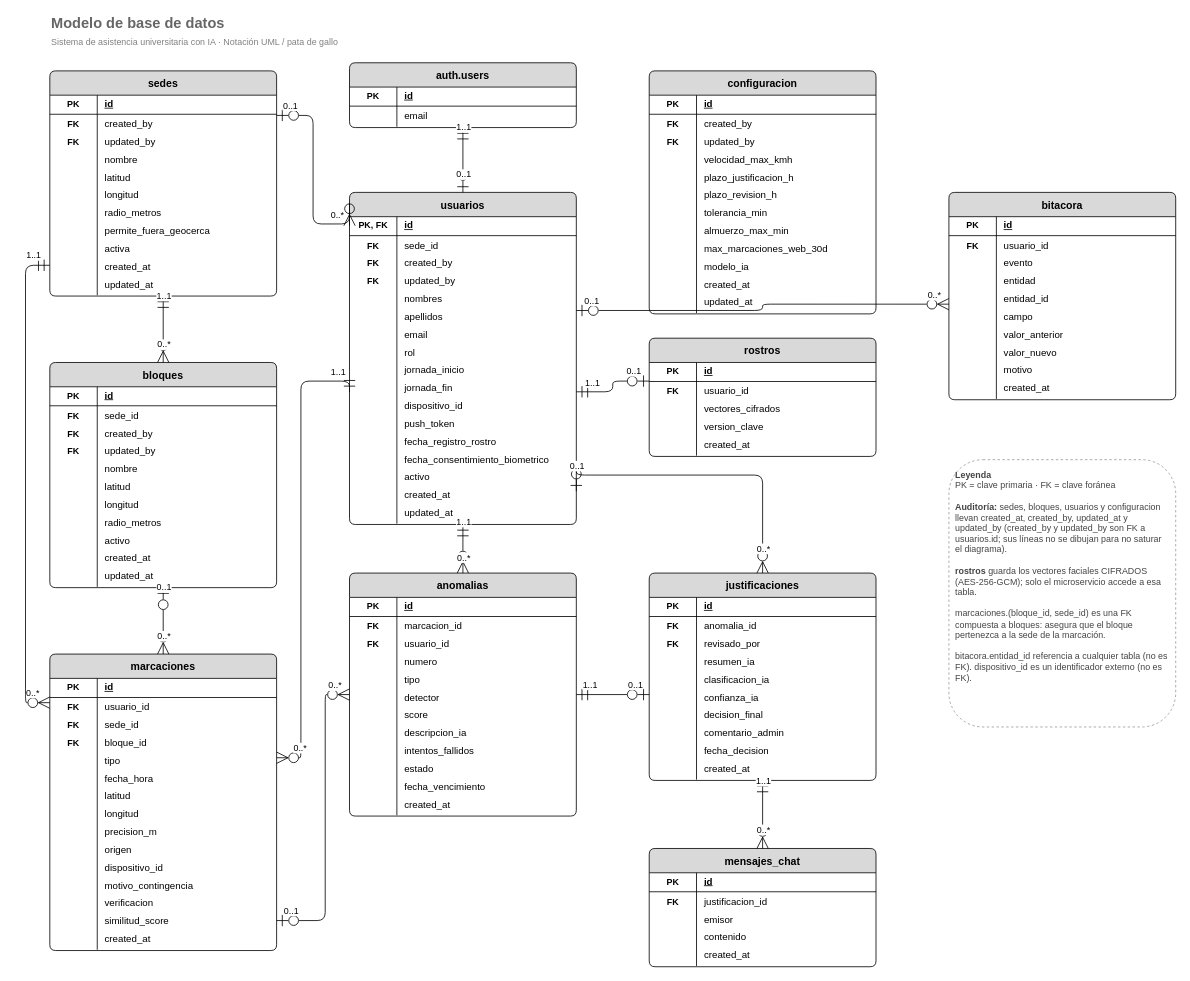
The draw.io diagram docs/modelo-datos.drawio in susisalan-maker/sistema-asistencia-unemi, before the edit. Source tidied: cells renumbered, new cells numbered last; positions are measured from the earlier drawing's top-left corner, leaving out a move shared by most shapes. Both pictures are drawn from the tidied source at 81%, with x=0, y=0 at pixel (25, 14).
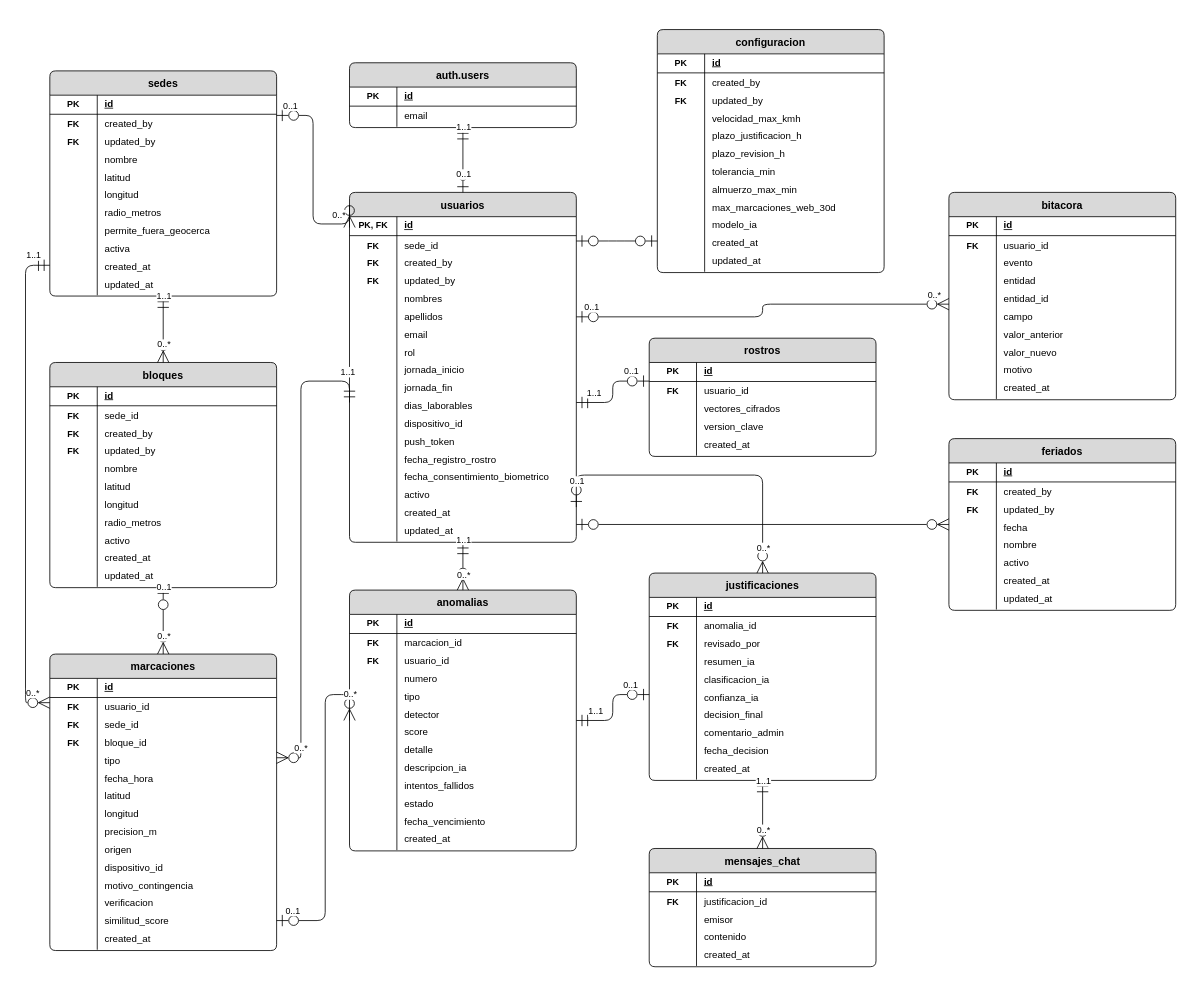
After the change.

Change to the diagram source:
```diff
@@
-    <mxCell id="2" value="&lt;b&gt;Modelo de base de datos&lt;/b&gt;&lt;br&gt;&lt;font style=&quot;font-size:11px&quot; color=&quot;#808080&quot;&gt;Sistema de asistencia universitaria con IA · Notación UML / pata de gallo&lt;/font&gt;" style="text;html=1;align=left;verticalAlign=middle;fontSize=18;fontColor=#666666;" parent="1" vertex="1">
-      <mxGeometry x="30" width="640" height="44" as="geometry" />
-    </mxCell>
@@
     <mxCell id="93" value="usuarios" style="swimlane;shape=swimlane;fontStyle=1;fontSize=13;startSize=30;horizontal=1;rounded=1;arcSize=8;fillColor=#D9D9D9;strokeColor=#000000;fontColor=#000000;swimlaneFillColor=#FFFFFF;" parent="1" vertex="1">
-      <mxGeometry x="400" y="220" width="280" height="410" as="geometry" />
+      <mxGeometry x="400" y="220" width="280" height="432" as="geometry" />
     </mxCell>
@@
+    <mxCell id="296" style="text;html=1;strokeColor=none;fillColor=none;align=center;verticalAlign=middle;fontSize=11;fontStyle=1;" parent="93" vertex="1">
+      <mxGeometry y="253" width="58" height="22" as="geometry" />
+    </mxCell>
+    <mxCell id="297" value="dias_laborables" style="text;html=1;strokeColor=none;fillColor=none;align=left;verticalAlign=middle;spacingLeft=8;fontSize=12;" parent="93" vertex="1">
+      <mxGeometry x="58" y="253" width="222" height="22" as="geometry" />
+    </mxCell>
     <mxCell id="115" style="text;html=1;strokeColor=none;fillColor=none;align=center;verticalAlign=middle;fontSize=11;fontStyle=1;" parent="93" vertex="1">
-      <mxGeometry y="253" width="58" height="22" as="geometry" />
+      <mxGeometry y="275" width="58" height="22" as="geometry" />
     </mxCell>
     <mxCell id="116" value="dispositivo_id" style="text;html=1;strokeColor=none;fillColor=none;align=left;verticalAlign=middle;spacingLeft=8;fontSize=12;" parent="93" vertex="1">
-      <mxGeometry x="58" y="253" width="222" height="22" as="geometry" />
+      <mxGeometry x="58" y="275" width="222" height="22" as="geometry" />
     </mxCell>
     <mxCell id="117" style="text;html=1;strokeColor=none;fillColor=none;align=center;verticalAlign=middle;fontSize=11;fontStyle=1;" parent="93" vertex="1">
-      <mxGeometry y="275" width="58" height="22" as="geometry" />
+      <mxGeometry y="297" width="58" height="22" as="geometry" />
     </mxCell>
     <mxCell id="118" value="push_token" style="text;html=1;strokeColor=none;fillColor=none;align=left;verticalAlign=middle;spacingLeft=8;fontSize=12;" parent="93" vertex="1">
-      <mxGeometry x="58" y="275" width="222" height="22" as="geometry" />
+      <mxGeometry x="58" y="297" width="222" height="22" as="geometry" />
     </mxCell>
     <mxCell id="119" style="text;html=1;strokeColor=none;fillColor=none;align=center;verticalAlign=middle;fontSize=11;fontStyle=1;" parent="93" vertex="1">
-      <mxGeometry y="297" width="58" height="22" as="geometry" />
+      <mxGeometry y="319" width="58" height="22" as="geometry" />
     </mxCell>
     <mxCell id="120" value="fecha_registro_rostro" style="text;html=1;strokeColor=none;fillColor=none;align=left;verticalAlign=middle;spacingLeft=8;fontSize=12;" parent="93" vertex="1">
-      <mxGeometry x="58" y="297" width="222" height="22" as="geometry" />
+      <mxGeometry x="58" y="319" width="222" height="22" as="geometry" />
     </mxCell>
     <mxCell id="121" style="text;html=1;strokeColor=none;fillColor=none;align=center;verticalAlign=middle;fontSize=11;fontStyle=1;" parent="93" vertex="1">
-      <mxGeometry y="319" width="58" height="22" as="geometry" />
+      <mxGeometry y="341" width="58" height="22" as="geometry" />
     </mxCell>
     <mxCell id="122" value="fecha_consentimiento_biometrico" style="text;html=1;strokeColor=none;fillColor=none;align=left;verticalAlign=middle;spacingLeft=8;fontSize=12;" parent="93" vertex="1">
-      <mxGeometry x="58" y="319" width="222" height="22" as="geometry" />
+      <mxGeometry x="58" y="341" width="222" height="22" as="geometry" />
     </mxCell>
     <mxCell id="123" style="text;html=1;strokeColor=none;fillColor=none;align=center;verticalAlign=middle;fontSize=11;fontStyle=1;" parent="93" vertex="1">
-      <mxGeometry y="341" width="58" height="22" as="geometry" />
+      <mxGeometry y="363" width="58" height="22" as="geometry" />
     </mxCell>
     <mxCell id="124" value="activo" style="text;html=1;strokeColor=none;fillColor=none;align=left;verticalAlign=middle;spacingLeft=8;fontSize=12;" parent="93" vertex="1">
-      <mxGeometry x="58" y="341" width="222" height="22" as="geometry" />
+      <mxGeometry x="58" y="363" width="222" height="22" as="geometry" />
     </mxCell>
     <mxCell id="125" style="text;html=1;strokeColor=none;fillColor=none;align=center;verticalAlign=middle;fontSize=11;fontStyle=1;" parent="93" vertex="1">
-      <mxGeometry y="363" width="58" height="22" as="geometry" />
+      <mxGeometry y="385" width="58" height="22" as="geometry" />
     </mxCell>
     <mxCell id="126" value="created_at" style="text;html=1;strokeColor=none;fillColor=none;align=left;verticalAlign=middle;spacingLeft=8;fontSize=12;" parent="93" vertex="1">
-      <mxGeometry x="58" y="363" width="222" height="22" as="geometry" />
+      <mxGeometry x="58" y="385" width="222" height="22" as="geometry" />
     </mxCell>
     <mxCell id="127" style="text;html=1;strokeColor=none;fillColor=none;align=center;verticalAlign=middle;fontSize=11;fontStyle=1;" parent="93" vertex="1">
-      <mxGeometry y="385" width="58" height="22" as="geometry" />
+      <mxGeometry y="407" width="58" height="22" as="geometry" />
     </mxCell>
     <mxCell id="128" value="updated_at" style="text;html=1;strokeColor=none;fillColor=none;align=left;verticalAlign=middle;spacingLeft=8;fontSize=12;" parent="93" vertex="1">
-      <mxGeometry x="58" y="385" width="222" height="22" as="geometry" />
+      <mxGeometry x="58" y="407" width="222" height="22" as="geometry" />
     </mxCell>
     <mxCell id="129" value=" " style="rounded=0;html=1;fillColor=#000000;strokeColor=none;" parent="93" vertex="1">
-      <mxGeometry x="58" y="30" width="1" height="379" as="geometry" />
+      <mxGeometry x="58" y="30" width="1" height="401" as="geometry" />
     </mxCell>
     <mxCell id="130" value="anomalias" style="swimlane;shape=swimlane;fontStyle=1;fontSize=13;startSize=30;horizontal=1;rounded=1;arcSize=8;fillColor=#D9D9D9;strokeColor=#000000;fontColor=#000000;swimlaneFillColor=#FFFFFF;" parent="1" vertex="1">
-      <mxGeometry x="400" y="690" width="280" height="300" as="geometry" />
+      <mxGeometry x="400" y="711" width="280" height="322" as="geometry" />
     </mxCell>
@@
+    <mxCell id="298" style="text;html=1;strokeColor=none;fillColor=none;align=center;verticalAlign=middle;fontSize=11;fontStyle=1;" parent="130" vertex="1">
+      <mxGeometry y="187" width="58" height="22" as="geometry" />
+    </mxCell>
+    <mxCell id="299" value="detalle" style="text;html=1;strokeColor=none;fillColor=none;align=left;verticalAlign=middle;spacingLeft=8;fontSize=12;" parent="130" vertex="1">
+      <mxGeometry x="58" y="187" width="222" height="22" as="geometry" />
+    </mxCell>
     <mxCell id="146" style="text;html=1;strokeColor=none;fillColor=none;align=center;verticalAlign=middle;fontSize=11;fontStyle=1;" parent="130" vertex="1">
-      <mxGeometry y="187" width="58" height="22" as="geometry" />
+      <mxGeometry y="209" width="58" height="22" as="geometry" />
     </mxCell>
     <mxCell id="147" value="descripcion_ia" style="text;html=1;strokeColor=none;fillColor=none;align=left;verticalAlign=middle;spacingLeft=8;fontSize=12;" parent="130" vertex="1">
-      <mxGeometry x="58" y="187" width="222" height="22" as="geometry" />
+      <mxGeometry x="58" y="209" width="222" height="22" as="geometry" />
     </mxCell>
     <mxCell id="148" style="text;html=1;strokeColor=none;fillColor=none;align=center;verticalAlign=middle;fontSize=11;fontStyle=1;" parent="130" vertex="1">
-      <mxGeometry y="209" width="58" height="22" as="geometry" />
+      <mxGeometry y="231" width="58" height="22" as="geometry" />
     </mxCell>
     <mxCell id="149" value="intentos_fallidos" style="text;html=1;strokeColor=none;fillColor=none;align=left;verticalAlign=middle;spacingLeft=8;fontSize=12;" parent="130" vertex="1">
-      <mxGeometry x="58" y="209" width="222" height="22" as="geometry" />
+      <mxGeometry x="58" y="231" width="222" height="22" as="geometry" />
     </mxCell>
     <mxCell id="150" style="text;html=1;strokeColor=none;fillColor=none;align=center;verticalAlign=middle;fontSize=11;fontStyle=1;" parent="130" vertex="1">
-      <mxGeometry y="231" width="58" height="22" as="geometry" />
+      <mxGeometry y="253" width="58" height="22" as="geometry" />
     </mxCell>
     <mxCell id="151" value="estado" style="text;html=1;strokeColor=none;fillColor=none;align=left;verticalAlign=middle;spacingLeft=8;fontSize=12;" parent="130" vertex="1">
-      <mxGeometry x="58" y="231" width="222" height="22" as="geometry" />
+      <mxGeometry x="58" y="253" width="222" height="22" as="geometry" />
     </mxCell>
     <mxCell id="152" style="text;html=1;strokeColor=none;fillColor=none;align=center;verticalAlign=middle;fontSize=11;fontStyle=1;" parent="130" vertex="1">
-      <mxGeometry y="253" width="58" height="22" as="geometry" />
+      <mxGeometry y="275" width="58" height="22" as="geometry" />
     </mxCell>
     <mxCell id="153" value="fecha_vencimiento" style="text;html=1;strokeColor=none;fillColor=none;align=left;verticalAlign=middle;spacingLeft=8;fontSize=12;" parent="130" vertex="1">
-      <mxGeometry x="58" y="253" width="222" height="22" as="geometry" />
+      <mxGeometry x="58" y="275" width="222" height="22" as="geometry" />
     </mxCell>
     <mxCell id="154" style="text;html=1;strokeColor=none;fillColor=none;align=center;verticalAlign=middle;fontSize=11;fontStyle=1;" parent="130" vertex="1">
-      <mxGeometry y="275" width="58" height="22" as="geometry" />
+      <mxGeometry y="297" width="58" height="22" as="geometry" />
     </mxCell>
     <mxCell id="155" value="created_at" style="text;html=1;strokeColor=none;fillColor=none;align=left;verticalAlign=middle;spacingLeft=8;fontSize=12;" parent="130" vertex="1">
-      <mxGeometry x="58" y="275" width="222" height="22" as="geometry" />
+      <mxGeometry x="58" y="297" width="222" height="22" as="geometry" />
     </mxCell>
     <mxCell id="156" value=" " style="rounded=0;html=1;fillColor=#000000;strokeColor=none;" parent="130" vertex="1">
-      <mxGeometry x="58" y="30" width="1" height="269" as="geometry" />
+      <mxGeometry x="58" y="30" width="1" height="291" as="geometry" />
     </mxCell>
     <mxCell id="157" value="configuracion" style="swimlane;shape=swimlane;fontStyle=1;fontSize=13;startSize=30;horizontal=1;rounded=1;arcSize=8;fillColor=#D9D9D9;strokeColor=#000000;fontColor=#000000;swimlaneFillColor=#FFFFFF;" parent="1" vertex="1">
-      <mxGeometry x="770" y="70" width="280" height="300" as="geometry" />
+      <mxGeometry x="780" y="19" width="280" height="300" as="geometry" />
     </mxCell>
@@
+    <mxCell id="300" value="feriados" style="swimlane;shape=swimlane;fontStyle=1;fontSize=13;startSize=30;horizontal=1;rounded=1;arcSize=8;fillColor=#D9D9D9;strokeColor=#000000;fontColor=#000000;swimlaneFillColor=#FFFFFF;" parent="1" vertex="1">
+      <mxGeometry x="1140" y="524" width="280" height="212" as="geometry" />
+    </mxCell>
+    <mxCell id="301" value="PK" style="text;html=1;strokeColor=none;fillColor=none;align=center;verticalAlign=middle;fontSize=11;fontStyle=1;" parent="300" vertex="1">
+      <mxGeometry y="30" width="58" height="22" as="geometry" />
+    </mxCell>
+    <mxCell id="302" value="id" style="text;html=1;strokeColor=none;fillColor=none;align=left;verticalAlign=middle;spacingLeft=8;fontSize=12;fontStyle=5;" parent="300" vertex="1">
+      <mxGeometry x="58" y="30" width="222" height="22" as="geometry" />
+    </mxCell>
+    <mxCell id="303" value=" " style="rounded=0;html=1;fillColor=#000000;strokeColor=none;" parent="300" vertex="1">
+      <mxGeometry y="53" width="280" height="1" as="geometry" />
+    </mxCell>
+    <mxCell id="304" value="FK" style="text;html=1;strokeColor=none;fillColor=none;align=center;verticalAlign=middle;fontSize=11;fontStyle=1;" parent="300" vertex="1">
+      <mxGeometry y="55" width="58" height="22" as="geometry" />
+    </mxCell>
+    <mxCell id="305" value="created_by" style="text;html=1;strokeColor=none;fillColor=none;align=left;verticalAlign=middle;spacingLeft=8;fontSize=12;" parent="300" vertex="1">
+      <mxGeometry x="58" y="55" width="222" height="22" as="geometry" />
+    </mxCell>
+    <mxCell id="306" value="FK" style="text;html=1;strokeColor=none;fillColor=none;align=center;verticalAlign=middle;fontSize=11;fontStyle=1;" parent="300" vertex="1">
+      <mxGeometry y="77" width="58" height="22" as="geometry" />
+    </mxCell>
+    <mxCell id="307" value="updated_by" style="text;html=1;strokeColor=none;fillColor=none;align=left;verticalAlign=middle;spacingLeft=8;fontSize=12;" parent="300" vertex="1">
+      <mxGeometry x="58" y="77" width="222" height="22" as="geometry" />
+    </mxCell>
+    <mxCell id="308" style="text;html=1;strokeColor=none;fillColor=none;align=center;verticalAlign=middle;fontSize=11;fontStyle=1;" parent="300" vertex="1">
+      <mxGeometry y="99" width="58" height="22" as="geometry" />
+    </mxCell>
+    <mxCell id="309" value="fecha" style="text;html=1;strokeColor=none;fillColor=none;align=left;verticalAlign=middle;spacingLeft=8;fontSize=12;" parent="300" vertex="1">
+      <mxGeometry x="58" y="99" width="222" height="22" as="geometry" />
+    </mxCell>
+    <mxCell id="310" style="text;html=1;strokeColor=none;fillColor=none;align=center;verticalAlign=middle;fontSize=11;fontStyle=1;" parent="300" vertex="1">
+      <mxGeometry y="121" width="58" height="22" as="geometry" />
+    </mxCell>
+    <mxCell id="311" value="nombre" style="text;html=1;strokeColor=none;fillColor=none;align=left;verticalAlign=middle;spacingLeft=8;fontSize=12;" parent="300" vertex="1">
+      <mxGeometry x="58" y="121" width="222" height="22" as="geometry" />
+    </mxCell>
+    <mxCell id="312" style="text;html=1;strokeColor=none;fillColor=none;align=center;verticalAlign=middle;fontSize=11;fontStyle=1;" parent="300" vertex="1">
+      <mxGeometry y="143" width="58" height="22" as="geometry" />
+    </mxCell>
+    <mxCell id="313" value="activo" style="text;html=1;strokeColor=none;fillColor=none;align=left;verticalAlign=middle;spacingLeft=8;fontSize=12;" parent="300" vertex="1">
+      <mxGeometry x="58" y="143" width="222" height="22" as="geometry" />
+    </mxCell>
+    <mxCell id="314" style="text;html=1;strokeColor=none;fillColor=none;align=center;verticalAlign=middle;fontSize=11;fontStyle=1;" parent="300" vertex="1">
+      <mxGeometry y="165" width="58" height="22" as="geometry" />
+    </mxCell>
+    <mxCell id="315" value="created_at" style="text;html=1;strokeColor=none;fillColor=none;align=left;verticalAlign=middle;spacingLeft=8;fontSize=12;" parent="300" vertex="1">
+      <mxGeometry x="58" y="165" width="222" height="22" as="geometry" />
+    </mxCell>
+    <mxCell id="316" style="text;html=1;strokeColor=none;fillColor=none;align=center;verticalAlign=middle;fontSize=11;fontStyle=1;" parent="300" vertex="1">
+      <mxGeometry y="187" width="58" height="22" as="geometry" />
+    </mxCell>
+    <mxCell id="317" value="updated_at" style="text;html=1;strokeColor=none;fillColor=none;align=left;verticalAlign=middle;spacingLeft=8;fontSize=12;" parent="300" vertex="1">
+      <mxGeometry x="58" y="187" width="222" height="22" as="geometry" />
+    </mxCell>
+    <mxCell id="318" value=" " style="rounded=0;html=1;fillColor=#000000;strokeColor=none;" parent="300" vertex="1">
+      <mxGeometry x="58" y="30" width="1" height="181" as="geometry" />
+    </mxCell>
@@
-    <mxCell id="295" value="&lt;b&gt;Leyenda&lt;/b&gt;&lt;br&gt;PK = clave primaria · FK = clave foránea&lt;br&gt;&lt;br&gt;&lt;b&gt;Auditoría:&lt;/b&gt; sedes, bloques, usuarios y configuracion llevan created_at, created_by, updated_at y updated_by (created_by y updated_by son FK a usuarios.id; sus líneas no se dibujan para no saturar el diagrama).&lt;br&gt;&lt;br&gt;&lt;b&gt;rostros&lt;/b&gt; guarda los vectores faciales CIFRADOS (AES-256-GCM); solo el microservicio accede a esa tabla.&lt;br&gt;&lt;br&gt;marcaciones.(bloque_id, sede_id) es una FK compuesta a bloques: asegura que el bloque pertenezca a la sede de la marcación.&lt;br&gt;&lt;br&gt;bitacora.entidad_id referencia a cualquier tabla (no es FK). dispositivo_id es un identificador externo (no es FK)." style="text;html=1;whiteSpace=wrap;align=left;verticalAlign=top;fontSize=11;fontColor=#444444;strokeColor=#999999;dashed=1;rounded=1;spacing=8;" parent="1" vertex="1">
-      <mxGeometry x="1140" y="550" width="280" height="330" as="geometry" />
-    </mxCell>
+    <mxCell id="319" style="edgeStyle=orthogonalEdgeStyle;rounded=1;html=1;startArrow=ERzeroToOne;endArrow=ERzeroToMany;startFill=0;endFill=0;startSize=12;endSize=12;strokeColor=#000000;exitX=1;exitY=0.9491;entryX=0;entryY=0.5;" parent="1" edge="1" source="93" target="300">
+      <mxGeometry relative="1" as="geometry" />
+    </mxCell>
+    <mxCell id="320" style="edgeStyle=orthogonalEdgeStyle;rounded=1;html=1;startArrow=ERzeroToOne;endArrow=ERzeroToOne;startFill=0;endFill=0;startSize=12;endSize=12;strokeColor=#000000;exitX=1.0000;exitY=0.1390;entryX=0.0000;entryY=0.8702;" parent="1" edge="1" source="93" target="157">
+      <mxGeometry relative="1" as="geometry" />
+    </mxCell>
```
